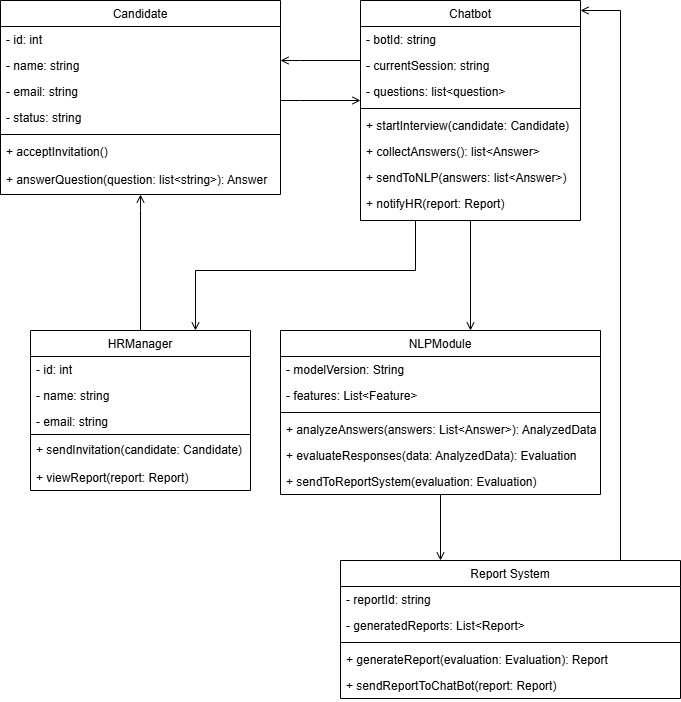
Above: Диаграмма классов.drawio.png in Evgeny-Yakovlev73/Diagramms (draw.io), before the change. Source tidied: cells renumbered, new cells last; positions are measured from the earlier drawing's top-left corner, leaving out a move shared by most shapes.
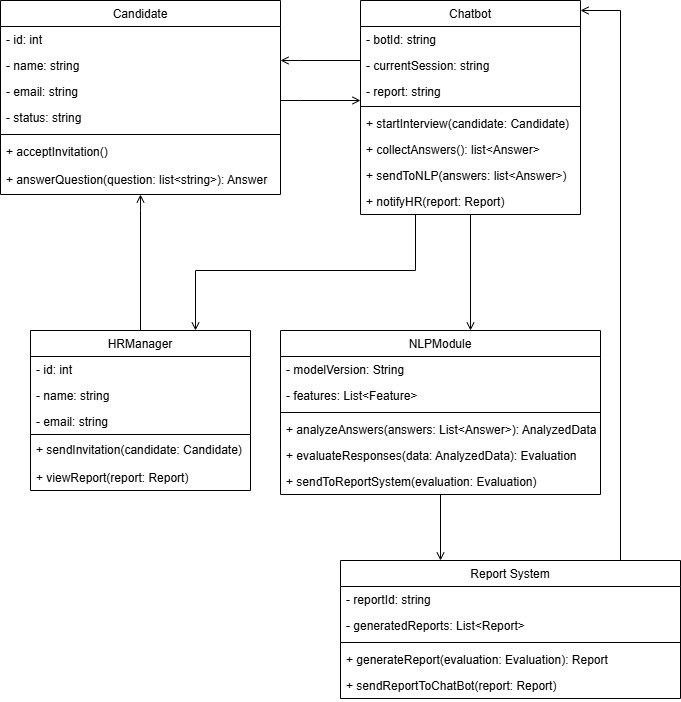
After the change.

Diff of the diagram source:
```diff
@@ -45,7 +45,7 @@
       <mxGeometry y="112" width="340" height="26" as="geometry" />
     </mxCell>
     <mxCell id="16" value="Chatbot" style="swimlane;fontStyle=0;align=center;verticalAlign=top;horizontal=1;startSize=26;rounded=0;shadow=0;strokeWidth=1;" parent="1" vertex="1">
-      <mxGeometry x="360" width="220" height="220" as="geometry" />
+      <mxGeometry x="360" width="220" height="214" as="geometry" />
     </mxCell>
     <mxCell id="17" value="- botId: string" style="text;align=left;verticalAlign=top;spacingLeft=4;spacingRight=4;overflow=hidden;" parent="16" vertex="1">
       <mxGeometry y="26" width="220" height="26" as="geometry" />
@@ -53,23 +53,23 @@
     <mxCell id="18" value="- currentSession: string" style="text;align=left;verticalAlign=top;spacingLeft=4;spacingRight=4;overflow=hidden;labelBackgroundColor=none;" parent="16" vertex="1">
       <mxGeometry y="52" width="220" height="26" as="geometry" />
     </mxCell>
-    <mxCell id="19" value="- questions: list&lt;question&gt;" style="text;align=left;verticalAlign=top;spacingLeft=4;spacingRight=4;overflow=hidden;" parent="16" vertex="1">
-      <mxGeometry y="78" width="220" height="26" as="geometry" />
-    </mxCell>
+    <mxCell id="46" value="- report: string" style="text;align=left;verticalAlign=top;spacingLeft=4;spacingRight=4;overflow=hidden;rounded=0;shadow=0;html=0;" parent="16" vertex="1">
+      <mxGeometry y="78" width="220" height="24" as="geometry" />
+    </mxCell>
     <mxCell id="20" style="line;html=1;strokeWidth=1;align=left;verticalAlign=middle;spacingTop=-1;spacingLeft=3;spacingRight=3;labelPosition=right;" parent="16" vertex="1">
-      <mxGeometry y="104" width="220" height="8" as="geometry" />
+      <mxGeometry y="102" width="220" height="8" as="geometry" />
     </mxCell>
     <mxCell id="21" value="+ startInterview(candidate: Candidate)" style="text;align=left;verticalAlign=top;spacingLeft=4;spacingRight=4;overflow=hidden;" parent="16" vertex="1">
-      <mxGeometry y="112" width="220" height="26" as="geometry" />
+      <mxGeometry y="110" width="220" height="26" as="geometry" />
     </mxCell>
     <mxCell id="22" value="+ collectAnswers(): list&lt;Answer&gt;" style="text;align=left;verticalAlign=top;spacingLeft=4;spacingRight=4;overflow=hidden;" parent="16" vertex="1">
-      <mxGeometry y="138" width="220" height="26" as="geometry" />
+      <mxGeometry y="136" width="220" height="26" as="geometry" />
     </mxCell>
     <mxCell id="23" value="+ sendToNLP(answers: list&lt;Answer&gt;)" style="text;align=left;verticalAlign=top;spacingLeft=4;spacingRight=4;overflow=hidden;rounded=0;shadow=0;html=0;" parent="16" vertex="1">
-      <mxGeometry y="164" width="220" height="26" as="geometry" />
+      <mxGeometry y="162" width="220" height="26" as="geometry" />
     </mxCell>
     <mxCell id="24" value="+ notifyHR(report: Report)" style="text;align=left;verticalAlign=top;spacingLeft=4;spacingRight=4;overflow=hidden;rounded=0;shadow=0;html=0;" parent="16" vertex="1">
-      <mxGeometry y="190" width="220" height="26" as="geometry" />
+      <mxGeometry y="188" width="220" height="26" as="geometry" />
     </mxCell>
     <mxCell id="25" style="endArrow=open;shadow=0;strokeWidth=1;rounded=0;curved=0;endFill=1;edgeStyle=elbowEdgeStyle;elbow=vertical;" parent="1" edge="1" source="2" target="16">
       <mxGeometry x="0.5" y="41" relative="1" as="geometry">
```
